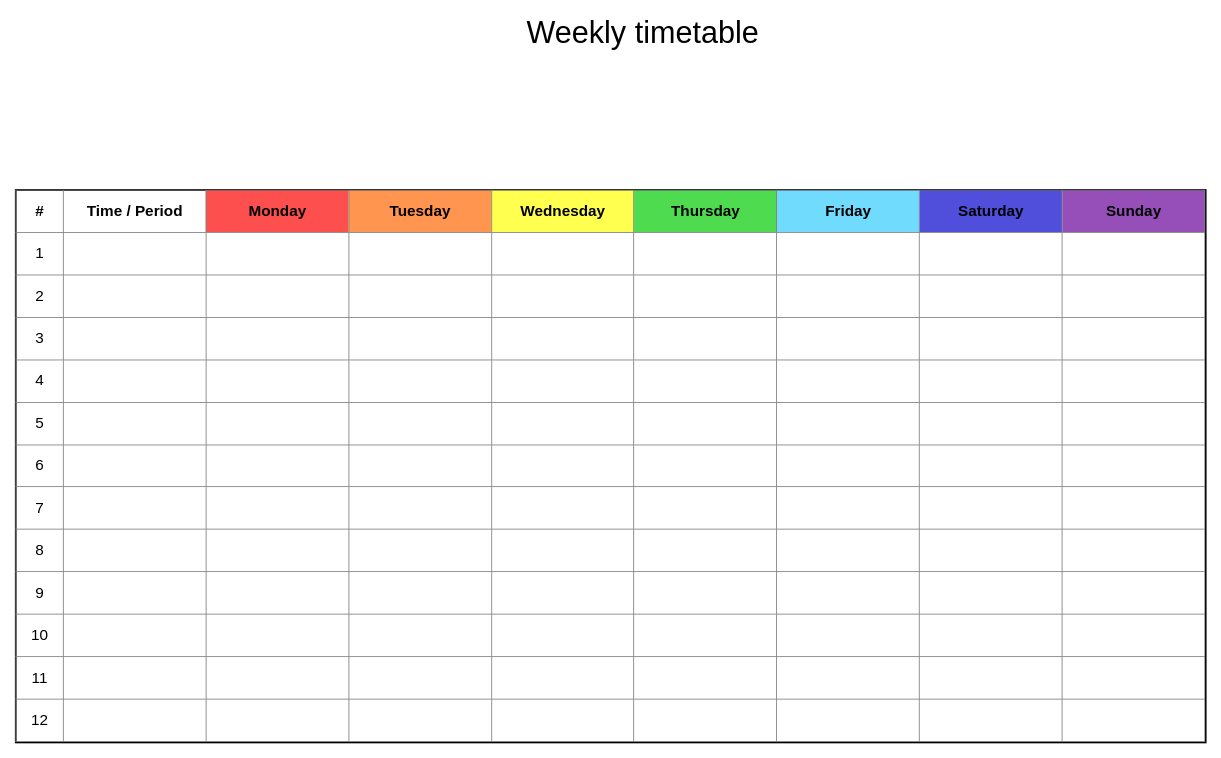
This is 未命名绘图.drawio from Toma882/DrawIO, a draw.io file, before an edit. Source tidied: cells renumbered, new cells numbered last; positions are measured from the earlier drawing's top-left corner, leaving out a move shared by most shapes. Both pictures are drawn from the tidied source at 85%, with x=0, y=0 at pixel (15, 15).
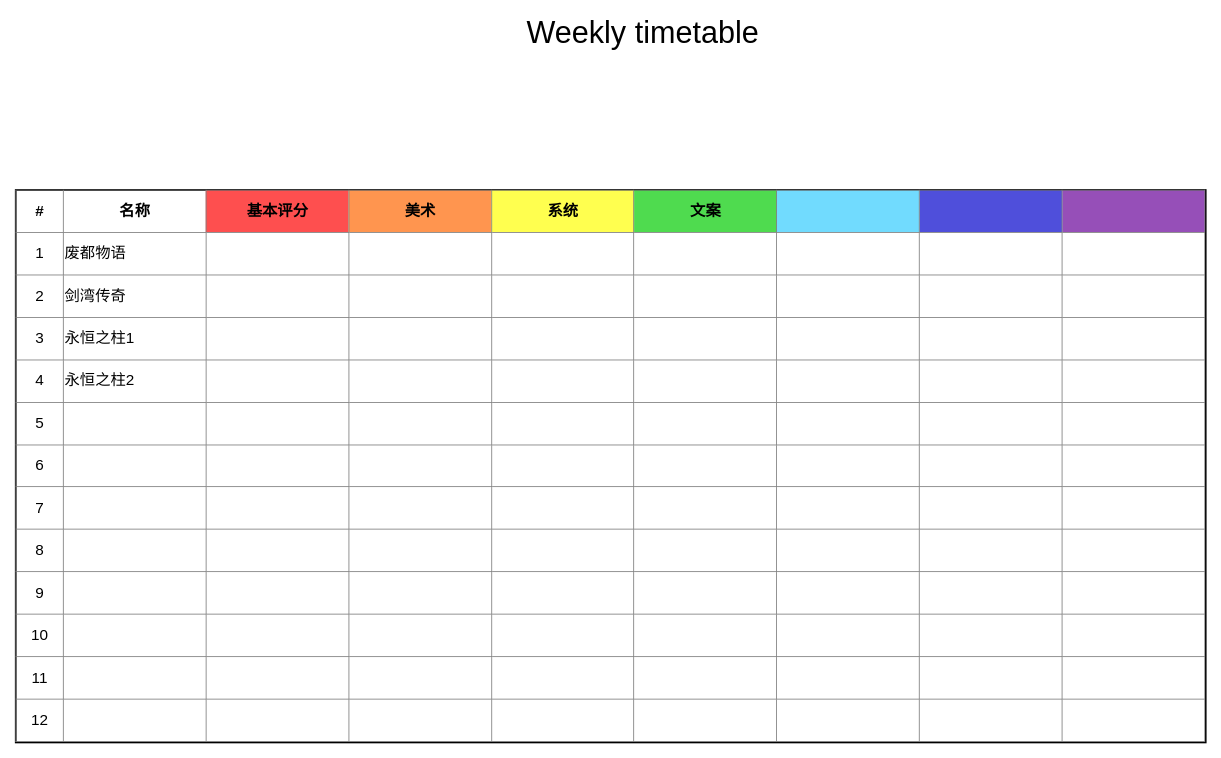
The same page after the edit.

Commit message:
游戏参考清单.drawio

What changed in the source:
```diff
@@
 <mxGraphModel>
   <root>
     <mxCell id="0" />
     <mxCell id="1" parent="0" />
-    <mxCell id="2" value="&lt;table border=&quot;1&quot; width=&quot;100%&quot; style=&quot;width: 100% ; height: 100% ; border-collapse: collapse&quot;&gt;&lt;tbody&gt;&lt;tr align=&quot;center&quot;&gt;&lt;th width=&quot;4%&quot;&gt;&lt;font face=&quot;Arial&quot;&gt;#&lt;br&gt;&lt;/font&gt;&lt;/th&gt;&lt;th width=&quot;12%&quot;&gt;&lt;font face=&quot;Arial&quot;&gt;Time / Period&lt;br&gt;&lt;/font&gt;&lt;/th&gt;&lt;th width=&quot;12%&quot; bgcolor=&quot;#FE4F4F&quot;&gt;&lt;font face=&quot;Arial&quot;&gt;Monday&lt;br&gt;&lt;/font&gt;&lt;/th&gt;&lt;th width=&quot;12%&quot; bgcolor=&quot;#FF954F&quot;&gt;&lt;font face=&quot;Arial&quot;&gt;Tuesday&lt;br&gt;&lt;/font&gt;&lt;/th&gt;&lt;th width=&quot;12%&quot; bgcolor=&quot;#FFFF4F&quot;&gt;&lt;font face=&quot;Arial&quot;&gt;Wednesday&lt;br&gt;&lt;/font&gt;&lt;/th&gt;&lt;th width=&quot;12%&quot; bgcolor=&quot;#4FDB4F&quot;&gt;&lt;font face=&quot;Arial&quot;&gt;Thursday&lt;br&gt;&lt;/font&gt;&lt;/th&gt;&lt;th width=&quot;12%&quot; bgcolor=&quot;#71DBFE&quot;&gt;&lt;font face=&quot;Arial&quot;&gt;Friday&lt;br&gt;&lt;/font&gt;&lt;/th&gt;&lt;th width=&quot;12%&quot; bgcolor=&quot;#4F4FDB&quot;&gt;&lt;font face=&quot;Arial&quot;&gt;Saturday&lt;br&gt;&lt;/font&gt;&lt;/th&gt;&lt;th width=&quot;12%&quot; bgcolor=&quot;#964FB8&quot;&gt;&lt;font face=&quot;Arial&quot;&gt;Sunday&lt;br&gt;&lt;/font&gt;&lt;/th&gt;&lt;/tr&gt;&lt;tr align=&quot;left&quot;&gt;&lt;td style=&quot;text-align: center&quot;&gt;1&lt;/td&gt;&lt;td&gt;&lt;/td&gt;&lt;td&gt;&lt;/td&gt;&lt;td&gt;&lt;/td&gt;&lt;td&gt;&lt;/td&gt;&lt;td&gt;&lt;/td&gt;&lt;td&gt;&lt;/td&gt;&lt;td&gt;&lt;/td&gt;&lt;td&gt;&lt;/td&gt;&lt;/tr&gt;&lt;tr align=&quot;left&quot;&gt;&lt;td style=&quot;text-align: center&quot;&gt;2&lt;/td&gt;&lt;td&gt;&lt;/td&gt;&lt;td&gt;&lt;/td&gt;&lt;td&gt;&lt;/td&gt;&lt;td&gt;&lt;/td&gt;&lt;td&gt;&lt;/td&gt;&lt;td&gt;&lt;/td&gt;&lt;td&gt;&lt;/td&gt;&lt;td&gt;&lt;/td&gt;&lt;/tr&gt;&lt;tr align=&quot;left&quot;&gt;&lt;td style=&quot;text-align: center&quot;&gt;3&lt;/td&gt;&lt;td&gt;&lt;/td&gt;&lt;td&gt;&lt;/td&gt;&lt;td&gt;&lt;/td&gt;&lt;td&gt;&lt;/td&gt;&lt;td&gt;&lt;/td&gt;&lt;td&gt;&lt;/td&gt;&lt;td&gt;&lt;/td&gt;&lt;td&gt;&lt;/td&gt;&lt;/tr&gt;&lt;tr align=&quot;left&quot;&gt;&lt;td style=&quot;text-align: center&quot;&gt;4&lt;/td&gt;&lt;td&gt;&lt;/td&gt;&lt;td&gt;&lt;/td&gt;&lt;td&gt;&lt;/td&gt;&lt;td&gt;&lt;/td&gt;&lt;td&gt;&lt;/td&gt;&lt;td&gt;&lt;/td&gt;&lt;td&gt;&lt;/td&gt;&lt;td&gt;&lt;/td&gt;&lt;/tr&gt;&lt;tr align=&quot;left&quot;&gt;&lt;td style=&quot;text-align: center&quot;&gt;5&lt;/td&gt;&lt;td&gt;&lt;/td&gt;&lt;td&gt;&lt;/td&gt;&lt;td&gt;&lt;/td&gt;&lt;td&gt;&lt;/td&gt;&lt;td&gt;&lt;/td&gt;&lt;td&gt;&lt;/td&gt;&lt;td&gt;&lt;/td&gt;&lt;td&gt;&lt;/td&gt;&lt;/tr&gt;&lt;tr align=&quot;left&quot;&gt;&lt;td style=&quot;text-align: center&quot;&gt;6&lt;/td&gt;&lt;td&gt;&lt;/td&gt;&lt;td&gt;&lt;/td&gt;&lt;td&gt;&lt;/td&gt;&lt;td&gt;&lt;/td&gt;&lt;td&gt;&lt;/td&gt;&lt;td&gt;&lt;/td&gt;&lt;td&gt;&lt;/td&gt;&lt;td&gt;&lt;/td&gt;&lt;/tr&gt;&lt;tr align=&quot;left&quot;&gt;&lt;td style=&quot;text-align: center&quot;&gt;7&lt;/td&gt;&lt;td&gt;&lt;/td&gt;&lt;td&gt;&lt;/td&gt;&lt;td&gt;&lt;/td&gt;&lt;td&gt;&lt;/td&gt;&lt;td&gt;&lt;/td&gt;&lt;td&gt;&lt;/td&gt;&lt;td&gt;&lt;/td&gt;&lt;td&gt;&lt;/td&gt;&lt;/tr&gt;&lt;tr align=&quot;left&quot;&gt;&lt;td style=&quot;text-align: center&quot;&gt;8&lt;/td&gt;&lt;td&gt;&lt;/td&gt;&lt;td&gt;&lt;/td&gt;&lt;td&gt;&lt;/td&gt;&lt;td&gt;&lt;/td&gt;&lt;td&gt;&lt;/td&gt;&lt;td&gt;&lt;/td&gt;&lt;td&gt;&lt;/td&gt;&lt;td&gt;&lt;/td&gt;&lt;/tr&gt;&lt;tr align=&quot;left&quot;&gt;&lt;td style=&quot;text-align: center&quot;&gt;9&lt;/td&gt;&lt;td&gt;&lt;/td&gt;&lt;td&gt;&lt;/td&gt;&lt;td&gt;&lt;/td&gt;&lt;td&gt;&lt;/td&gt;&lt;td&gt;&lt;/td&gt;&lt;td&gt;&lt;/td&gt;&lt;td&gt;&lt;/td&gt;&lt;td&gt;&lt;/td&gt;&lt;/tr&gt;&lt;tr align=&quot;left&quot;&gt;&lt;td style=&quot;text-align: center&quot;&gt;10&lt;/td&gt;&lt;td style=&quot;text-align: center&quot;&gt;&lt;/td&gt;&lt;td&gt;&lt;/td&gt;&lt;td&gt;&lt;/td&gt;&lt;td&gt;&lt;/td&gt;&lt;td&gt;&lt;/td&gt;&lt;td&gt;&lt;/td&gt;&lt;td&gt;&lt;/td&gt;&lt;td&gt;&lt;/td&gt;&lt;/tr&gt;&lt;tr align=&quot;left&quot;&gt;&lt;td style=&quot;text-align: center&quot;&gt;11&lt;/td&gt;&lt;td&gt;&lt;/td&gt;&lt;td&gt;&lt;/td&gt;&lt;td&gt;&lt;/td&gt;&lt;td&gt;&lt;/td&gt;&lt;td&gt;&lt;/td&gt;&lt;td&gt;&lt;/td&gt;&lt;td&gt;&lt;/td&gt;&lt;td&gt;&lt;/td&gt;&lt;/tr&gt;&lt;tr align=&quot;left&quot;&gt;&lt;td style=&quot;text-align: center&quot;&gt;12&lt;/td&gt;&lt;td&gt;&lt;/td&gt;&lt;td&gt;&lt;/td&gt;&lt;td&gt;&lt;/td&gt;&lt;td&gt;&lt;/td&gt;&lt;td&gt;&lt;/td&gt;&lt;td&gt;&lt;/td&gt;&lt;td&gt;&lt;/td&gt;&lt;td&gt;&lt;/td&gt;&lt;/tr&gt;&lt;/tbody&gt;&lt;/table&gt;" style="text;html=1;overflow=fill;strokeColor=#000000;strokeWidth=2;fillColor=#ffffff;fontSize=18;fontColor=#000000;align=center;" parent="1" vertex="1">
+    <mxCell id="2" value="&lt;table border=&quot;1&quot; width=&quot;100%&quot; style=&quot;width: 100% ; height: 100% ; border-collapse: collapse&quot;&gt;&lt;tbody&gt;&lt;tr align=&quot;center&quot;&gt;&lt;th width=&quot;4%&quot;&gt;&lt;font face=&quot;Arial&quot;&gt;#&lt;br&gt;&lt;/font&gt;&lt;/th&gt;&lt;th width=&quot;12%&quot;&gt;&lt;font face=&quot;Arial&quot;&gt;名称&lt;/font&gt;&lt;/th&gt;&lt;th width=&quot;12%&quot; bgcolor=&quot;#FE4F4F&quot;&gt;基本评分&lt;/th&gt;&lt;th width=&quot;12%&quot; bgcolor=&quot;#FF954F&quot;&gt;美术&lt;/th&gt;&lt;th width=&quot;12%&quot; bgcolor=&quot;#FFFF4F&quot;&gt;系统&lt;/th&gt;&lt;th width=&quot;12%&quot; bgcolor=&quot;#4FDB4F&quot;&gt;文案&lt;/th&gt;&lt;th width=&quot;12%&quot; bgcolor=&quot;#71DBFE&quot;&gt;&lt;/th&gt;&lt;th width=&quot;12%&quot; bgcolor=&quot;#4F4FDB&quot;&gt;&lt;/th&gt;&lt;th width=&quot;12%&quot; bgcolor=&quot;#964FB8&quot;&gt;&lt;font face=&quot;Arial&quot;&gt;&lt;br&gt;&lt;/font&gt;&lt;/th&gt;&lt;/tr&gt;&lt;tr align=&quot;left&quot;&gt;&lt;td style=&quot;text-align: center&quot;&gt;1&lt;/td&gt;&lt;td&gt;废都物语&lt;/td&gt;&lt;td&gt;&lt;/td&gt;&lt;td&gt;&lt;/td&gt;&lt;td&gt;&lt;/td&gt;&lt;td&gt;&lt;/td&gt;&lt;td&gt;&lt;/td&gt;&lt;td&gt;&lt;/td&gt;&lt;td&gt;&lt;/td&gt;&lt;/tr&gt;&lt;tr align=&quot;left&quot;&gt;&lt;td style=&quot;text-align: center&quot;&gt;2&lt;/td&gt;&lt;td&gt;剑湾传奇&lt;br&gt;&lt;/td&gt;&lt;td&gt;&lt;/td&gt;&lt;td&gt;&lt;/td&gt;&lt;td&gt;&lt;/td&gt;&lt;td&gt;&lt;/td&gt;&lt;td&gt;&lt;/td&gt;&lt;td&gt;&lt;/td&gt;&lt;td&gt;&lt;/td&gt;&lt;/tr&gt;&lt;tr align=&quot;left&quot;&gt;&lt;td style=&quot;text-align: center&quot;&gt;3&lt;/td&gt;&lt;td&gt;永恒之柱1&lt;/td&gt;&lt;td&gt;&lt;/td&gt;&lt;td&gt;&lt;/td&gt;&lt;td&gt;&lt;/td&gt;&lt;td&gt;&lt;/td&gt;&lt;td&gt;&lt;/td&gt;&lt;td&gt;&lt;/td&gt;&lt;td&gt;&lt;/td&gt;&lt;/tr&gt;&lt;tr align=&quot;left&quot;&gt;&lt;td style=&quot;text-align: center&quot;&gt;4&lt;/td&gt;&lt;td&gt;永恒之柱2&lt;/td&gt;&lt;td&gt;&lt;/td&gt;&lt;td&gt;&lt;/td&gt;&lt;td&gt;&lt;/td&gt;&lt;td&gt;&lt;/td&gt;&lt;td&gt;&lt;/td&gt;&lt;td&gt;&lt;/td&gt;&lt;td&gt;&lt;/td&gt;&lt;/tr&gt;&lt;tr align=&quot;left&quot;&gt;&lt;td style=&quot;text-align: center&quot;&gt;5&lt;/td&gt;&lt;td&gt;&lt;/td&gt;&lt;td&gt;&lt;/td&gt;&lt;td&gt;&lt;/td&gt;&lt;td&gt;&lt;/td&gt;&lt;td&gt;&lt;/td&gt;&lt;td&gt;&lt;/td&gt;&lt;td&gt;&lt;/td&gt;&lt;td&gt;&lt;/td&gt;&lt;/tr&gt;&lt;tr align=&quot;left&quot;&gt;&lt;td style=&quot;text-align: center&quot;&gt;6&lt;/td&gt;&lt;td&gt;&lt;/td&gt;&lt;td&gt;&lt;/td&gt;&lt;td&gt;&lt;/td&gt;&lt;td&gt;&lt;/td&gt;&lt;td&gt;&lt;/td&gt;&lt;td&gt;&lt;/td&gt;&lt;td&gt;&lt;/td&gt;&lt;td&gt;&lt;/td&gt;&lt;/tr&gt;&lt;tr align=&quot;left&quot;&gt;&lt;td style=&quot;text-align: center&quot;&gt;7&lt;/td&gt;&lt;td&gt;&lt;/td&gt;&lt;td&gt;&lt;/td&gt;&lt;td&gt;&lt;/td&gt;&lt;td&gt;&lt;/td&gt;&lt;td&gt;&lt;/td&gt;&lt;td&gt;&lt;/td&gt;&lt;td&gt;&lt;/td&gt;&lt;td&gt;&lt;/td&gt;&lt;/tr&gt;&lt;tr align=&quot;left&quot;&gt;&lt;td style=&quot;text-align: center&quot;&gt;8&lt;/td&gt;&lt;td&gt;&lt;/td&gt;&lt;td&gt;&lt;/td&gt;&lt;td&gt;&lt;/td&gt;&lt;td&gt;&lt;/td&gt;&lt;td&gt;&lt;/td&gt;&lt;td&gt;&lt;/td&gt;&lt;td&gt;&lt;/td&gt;&lt;td&gt;&lt;/td&gt;&lt;/tr&gt;&lt;tr align=&quot;left&quot;&gt;&lt;td style=&quot;text-align: center&quot;&gt;9&lt;/td&gt;&lt;td&gt;&lt;/td&gt;&lt;td&gt;&lt;/td&gt;&lt;td&gt;&lt;/td&gt;&lt;td&gt;&lt;/td&gt;&lt;td&gt;&lt;/td&gt;&lt;td&gt;&lt;/td&gt;&lt;td&gt;&lt;/td&gt;&lt;td&gt;&lt;/td&gt;&lt;/tr&gt;&lt;tr align=&quot;left&quot;&gt;&lt;td style=&quot;text-align: center&quot;&gt;10&lt;/td&gt;&lt;td style=&quot;text-align: center&quot;&gt;&lt;/td&gt;&lt;td&gt;&lt;/td&gt;&lt;td&gt;&lt;/td&gt;&lt;td&gt;&lt;/td&gt;&lt;td&gt;&lt;/td&gt;&lt;td&gt;&lt;/td&gt;&lt;td&gt;&lt;/td&gt;&lt;td&gt;&lt;/td&gt;&lt;/tr&gt;&lt;tr align=&quot;left&quot;&gt;&lt;td style=&quot;text-align: center&quot;&gt;11&lt;/td&gt;&lt;td&gt;&lt;/td&gt;&lt;td&gt;&lt;/td&gt;&lt;td&gt;&lt;/td&gt;&lt;td&gt;&lt;/td&gt;&lt;td&gt;&lt;/td&gt;&lt;td&gt;&lt;/td&gt;&lt;td&gt;&lt;/td&gt;&lt;td&gt;&lt;/td&gt;&lt;/tr&gt;&lt;tr align=&quot;left&quot;&gt;&lt;td style=&quot;text-align: center&quot;&gt;12&lt;/td&gt;&lt;td&gt;&lt;/td&gt;&lt;td&gt;&lt;/td&gt;&lt;td&gt;&lt;/td&gt;&lt;td&gt;&lt;/td&gt;&lt;td&gt;&lt;/td&gt;&lt;td&gt;&lt;/td&gt;&lt;td&gt;&lt;/td&gt;&lt;td&gt;&lt;/td&gt;&lt;/tr&gt;&lt;/tbody&gt;&lt;/table&gt;" style="text;html=1;overflow=fill;strokeColor=#000000;strokeWidth=2;fillColor=#ffffff;fontSize=18;fontColor=#000000;align=center;" parent="1" vertex="1">
       <mxGeometry y="205" width="1400" height="650" as="geometry" />
     </mxCell>
     <mxCell id="3" value="Weekly timetable" style="text;html=1;strokeColor=none;fillColor=none;align=center;verticalAlign=middle;whiteSpace=wrap;fontSize=36;fontColor=#000000;" parent="1" vertex="1">
       <mxGeometry x="253" width="970" height="40" as="geometry" />
     </mxCell>
   </root>
 </mxGraphModel>
```
